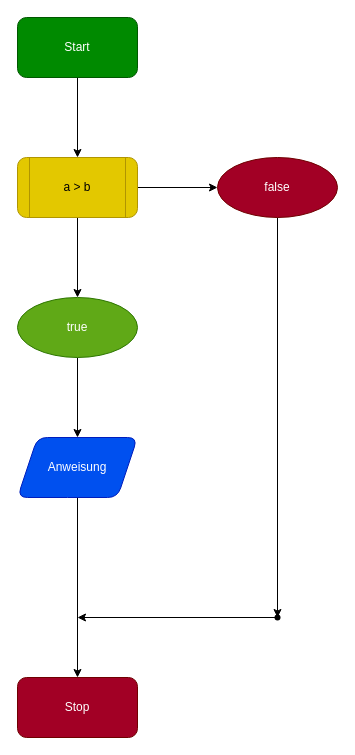
Before: page "IF Statement" (1 of 3) of pap.drawio in CC-Crazy-Students-Community/03_Entscheidungsstrukturen, a draw.io diagram. Source tidied: cells renumbered, new cells numbered last; positions are measured from the earlier drawing's top-left corner, leaving out a move shared by most shapes. Both pictures are drawn from the tidied source at 100%, with x=0, y=0 at pixel (17, 17).
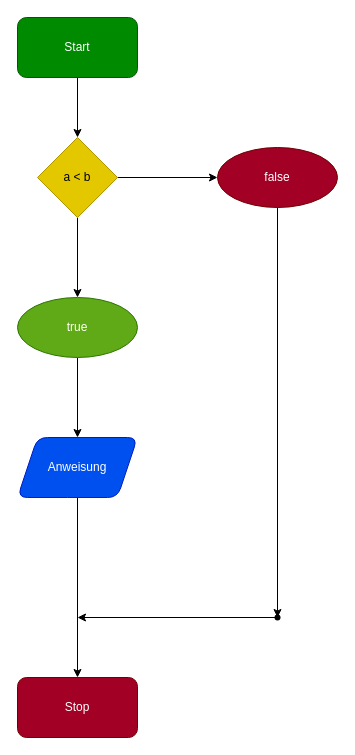
The same diagram, later.

What changed in the source:
```diff
@@
 <mxGraphModel>
   <root>
     <mxCell id="0" />
     <mxCell id="1" parent="0" />
-    <mxCell id="2" style="edgeStyle=none;html=1;" parent="1" edge="1" source="3" target="7">
-      <mxGeometry relative="1" as="geometry" />
-    </mxCell>
+    <mxCell id="16" style="edgeStyle=none;html=1;entryX=0.5;entryY=0;entryDx=0;entryDy=0;" parent="1" edge="1" source="3" target="19">
+      <mxGeometry relative="1" as="geometry" />
+    </mxCell>
     <mxCell id="3" value="Start" style="rounded=1;whiteSpace=wrap;html=1;fillColor=#008a00;fontColor=#ffffff;strokeColor=#005700;" parent="1" vertex="1">
       <mxGeometry width="120" height="60" as="geometry" />
     </mxCell>
     <mxCell id="4" value="Stop" style="rounded=1;whiteSpace=wrap;html=1;fillColor=#a20025;fontColor=#ffffff;strokeColor=#6F0000;" parent="1" vertex="1">
       <mxGeometry y="660" width="120" height="60" as="geometry" />
     </mxCell>
-    <mxCell id="5" style="edgeStyle=none;html=1;" parent="1" edge="1" source="7" target="9">
-      <mxGeometry relative="1" as="geometry" />
-    </mxCell>
-    <mxCell id="6" style="edgeStyle=none;html=1;" parent="1" edge="1" source="7" target="13">
-      <mxGeometry relative="1" as="geometry" />
-    </mxCell>
-    <mxCell id="7" value="a &amp;gt; b" style="shape=process;whiteSpace=wrap;html=1;backgroundOutline=1;rounded=1;fillColor=#e3c800;fontColor=#000000;strokeColor=#B09500;" parent="1" vertex="1">
-      <mxGeometry y="140" width="120" height="60" as="geometry" />
-    </mxCell>
     <mxCell id="8" style="edgeStyle=none;html=1;" parent="1" edge="1" source="9" target="11">
       <mxGeometry relative="1" as="geometry" />
     </mxCell>
     <mxCell id="9" value="true" style="ellipse;whiteSpace=wrap;html=1;rounded=1;fillColor=#60a917;strokeColor=#2D7600;fontColor=#ffffff;" parent="1" vertex="1">
       <mxGeometry y="280" width="120" height="60" as="geometry" />
     </mxCell>
     <mxCell id="10" style="edgeStyle=none;html=1;entryX=0.5;entryY=0;entryDx=0;entryDy=0;" parent="1" edge="1" source="11" target="4">
       <mxGeometry relative="1" as="geometry" />
     </mxCell>
     <mxCell id="11" value="Anweisung" style="shape=parallelogram;perimeter=parallelogramPerimeter;whiteSpace=wrap;html=1;fixedSize=1;rounded=1;fillColor=#0050ef;fontColor=#ffffff;strokeColor=#001DBC;" parent="1" vertex="1">
       <mxGeometry y="420" width="120" height="60" as="geometry" />
     </mxCell>
     <mxCell id="12" style="edgeStyle=none;html=1;" parent="1" edge="1" source="13" target="15">
       <mxGeometry relative="1" as="geometry" />
     </mxCell>
     <mxCell id="13" value="false" style="ellipse;whiteSpace=wrap;html=1;rounded=1;fillColor=#a20025;fontColor=#ffffff;strokeColor=#6F0000;" parent="1" vertex="1">
-      <mxGeometry x="200" y="140" width="120" height="60" as="geometry" />
+      <mxGeometry x="200" y="130" width="120" height="60" as="geometry" />
     </mxCell>
     <mxCell id="14" style="edgeStyle=none;html=1;" parent="1" edge="1" source="15">
       <mxGeometry relative="1" as="geometry">
         <mxPoint x="60" y="600" as="targetPoint" />
       </mxGeometry>
     </mxCell>
     <mxCell id="15" style="shape=waypoint;sketch=0;size=6;points=[];fillColor=default;perimeter=centerPerimeter;snapToPoint=1;rounded=1;" parent="1" vertex="1">
       <mxGeometry x="240" y="580" width="40" height="40" as="geometry" />
     </mxCell>
+    <mxCell id="17" style="edgeStyle=none;html=1;" parent="1" edge="1" source="19" target="9">
+      <mxGeometry relative="1" as="geometry" />
+    </mxCell>
+    <mxCell id="18" style="edgeStyle=none;html=1;" parent="1" edge="1" source="19" target="13">
+      <mxGeometry relative="1" as="geometry" />
+    </mxCell>
+    <mxCell id="19" value="a &amp;lt; b" style="rhombus;whiteSpace=wrap;html=1;fillColor=#e3c800;fontColor=#000000;strokeColor=#B09500;" parent="1" vertex="1">
+      <mxGeometry x="20" y="120" width="80" height="80" as="geometry" />
+    </mxCell>
   </root>
 </mxGraphModel>
```
